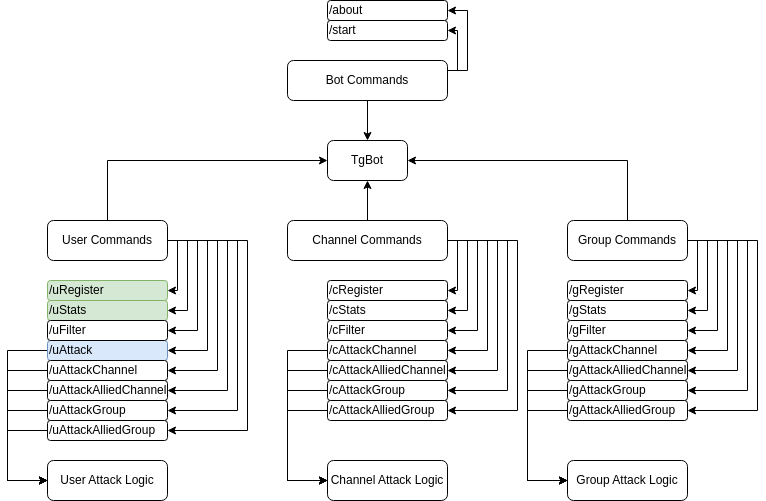
The draw.io diagram static/readme/meow.png in sh1chan/Sage0x0, before a commit. Source tidied: cells renumbered, new cells last; positions are measured from the earlier drawing's top-left corner, leaving out a move shared by most shapes.
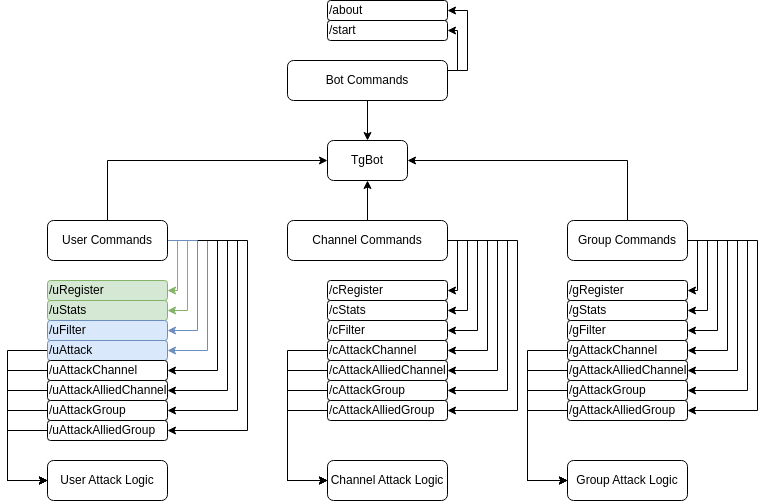
Above is the later version.

The edit, as a diff of the source:
```diff
@@ -142,7 +142,7 @@
     <mxCell id="23" value="Channel Commands" style="rounded=1;whiteSpace=wrap;html=1;" parent="1" vertex="1">
       <mxGeometry x="280" y="220" width="160" height="40" as="geometry" />
     </mxCell>
-    <mxCell id="24" style="edgeStyle=orthogonalEdgeStyle;rounded=0;jettySize=auto;html=1;" parent="1" edge="1" source="33" target="60">
+    <mxCell id="24" style="edgeStyle=orthogonalEdgeStyle;rounded=0;jettySize=auto;html=1;fillColor=#d5e8d4;strokeColor=#82b366;" parent="1" edge="1" source="33" target="60">
       <mxGeometry relative="1" as="geometry">
         <Array as="points">
           <mxPoint x="170" y="240" />
@@ -150,7 +150,7 @@
         </Array>
       </mxGeometry>
     </mxCell>
-    <mxCell id="25" style="edgeStyle=orthogonalEdgeStyle;rounded=0;jettySize=auto;html=1;" parent="1" edge="1" source="33" target="61">
+    <mxCell id="25" style="edgeStyle=orthogonalEdgeStyle;rounded=0;jettySize=auto;html=1;fillColor=#d5e8d4;strokeColor=#82b366;" parent="1" edge="1" source="33" target="61">
       <mxGeometry relative="1" as="geometry">
         <Array as="points">
           <mxPoint x="180" y="240" />
@@ -158,7 +158,7 @@
         </Array>
       </mxGeometry>
     </mxCell>
-    <mxCell id="26" style="edgeStyle=orthogonalEdgeStyle;rounded=0;jettySize=auto;html=1;" parent="1" edge="1" source="33" target="35">
+    <mxCell id="26" style="edgeStyle=orthogonalEdgeStyle;rounded=0;jettySize=auto;html=1;fillColor=#dae8fc;strokeColor=#6c8ebf;" parent="1" edge="1" source="33" target="35">
       <mxGeometry relative="1" as="geometry">
         <Array as="points">
           <mxPoint x="200" y="240" />
@@ -205,7 +205,7 @@
         </Array>
       </mxGeometry>
     </mxCell>
-    <mxCell id="32" style="edgeStyle=orthogonalEdgeStyle;rounded=0;jettySize=auto;html=1;" parent="1" edge="1" source="33" target="67">
+    <mxCell id="32" style="edgeStyle=orthogonalEdgeStyle;rounded=0;jettySize=auto;html=1;fillColor=#dae8fc;strokeColor=#6c8ebf;" parent="1" edge="1" source="33" target="67">
       <mxGeometry relative="1" as="geometry">
         <Array as="points">
           <mxPoint x="190" y="240" />
@@ -380,7 +380,7 @@
     <mxCell id="66" value="/cFilter" style="rounded=1;whiteSpace=wrap;html=1;align=left;" parent="1" vertex="1">
       <mxGeometry x="320" y="320" width="120" height="20" as="geometry" />
     </mxCell>
-    <mxCell id="67" value="/uFilter" style="whiteSpace=wrap;html=1;rounded=1;align=left;" parent="1" vertex="1">
+    <mxCell id="67" value="/uFilter" style="whiteSpace=wrap;html=1;rounded=1;align=left;fillColor=#dae8fc;strokeColor=#6c8ebf;" parent="1" vertex="1">
       <mxGeometry x="40" y="320" width="120" height="20" as="geometry" />
     </mxCell>
     <mxCell id="68" value="/gFilter" style="rounded=1;whiteSpace=wrap;html=1;align=left;" parent="1" vertex="1">
```
